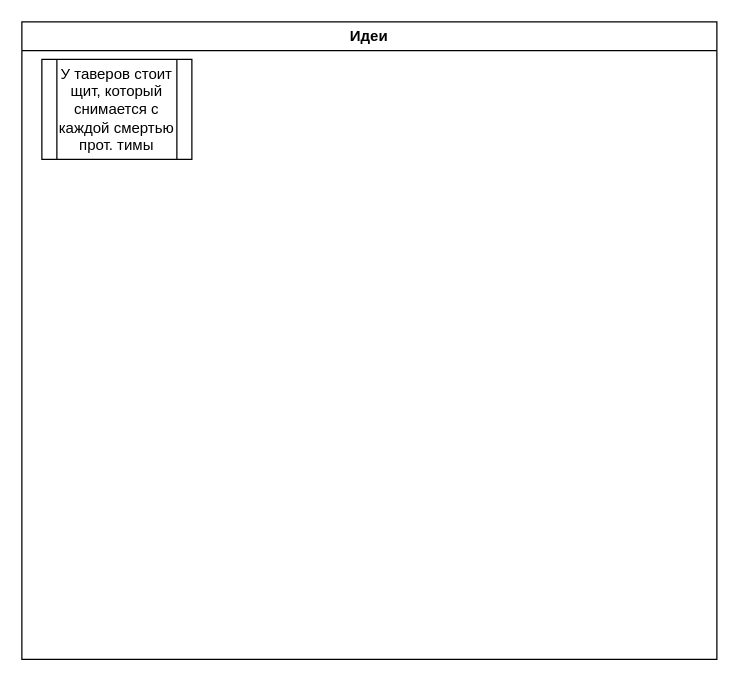
Earlier version of the draw.io diagram dota.drawio (lap-does-things/lavenderlands). Source tidied: cells renumbered, new cells numbered last; positions are measured from the earlier drawing's top-left corner, leaving out a move shared by most shapes. Both pictures are drawn from the tidied source at 125%, with x=0, y=0 at pixel (21, 21).
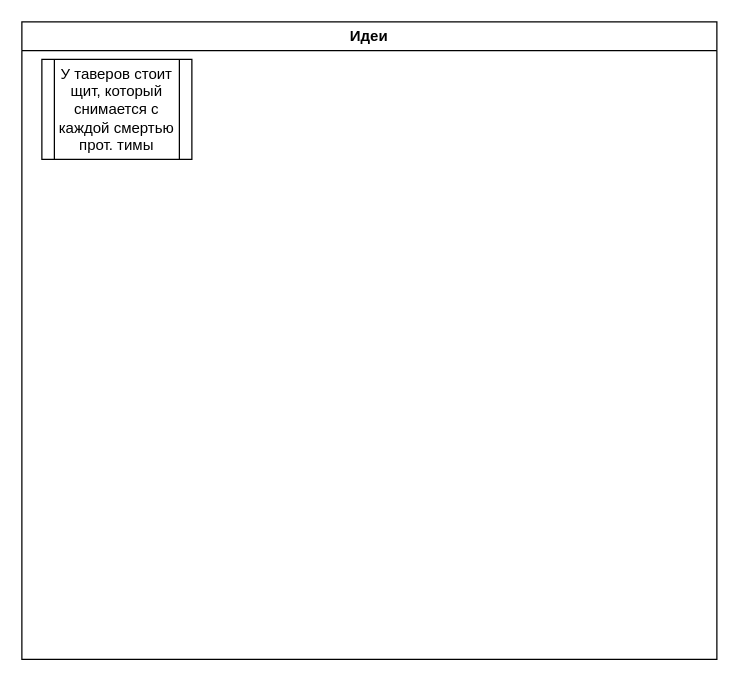
The same page after the edit.

Diff of the diagram source:
```diff
@@
 <mxGraphModel>
   <root>
     <mxCell id="0" />
     <mxCell id="1" parent="0" />
     <mxCell id="2" value="Идеи" style="swimlane;whiteSpace=wrap;html=1;" parent="1" vertex="1">
       <mxGeometry width="556" height="510" as="geometry" />
     </mxCell>
-    <mxCell id="3" value="У таверов стоит щит, который снимается с каждой смертью прот. тимы" style="shape=process;whiteSpace=wrap;html=1;backgroundOutline=1;" parent="2" vertex="1">
+    <mxCell id="3" value="У таверов стоит щит, который снимается с каждой смертью прот. тимы" style="shape=process;whiteSpace=wrap;html=1;backgroundOutline=1;size=0.08333333333333333;" parent="2" vertex="1">
       <mxGeometry x="16" y="30" width="120" height="80" as="geometry" />
     </mxCell>
   </root>
 </mxGraphModel>
```
